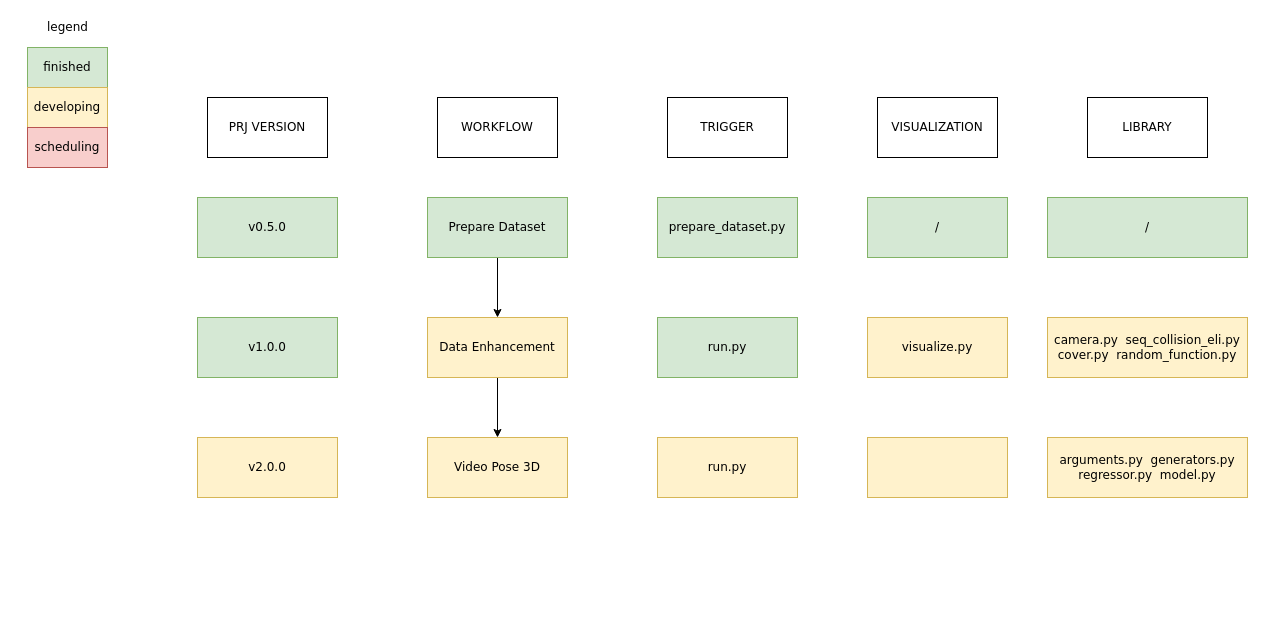
Before: Graphs/OverallLayout.drawio in rese1f/Self-supervised-Cross-view-3D-Human-Pose-Estimation-and-Localization-in-Video, a draw.io diagram. Source tidied: cells renumbered, new cells numbered last; positions are measured from the earlier drawing's top-left corner, leaving out a move shared by most shapes. Both pictures are drawn from the tidied source at 100%, with x=0, y=0 at pixel (27, 17).
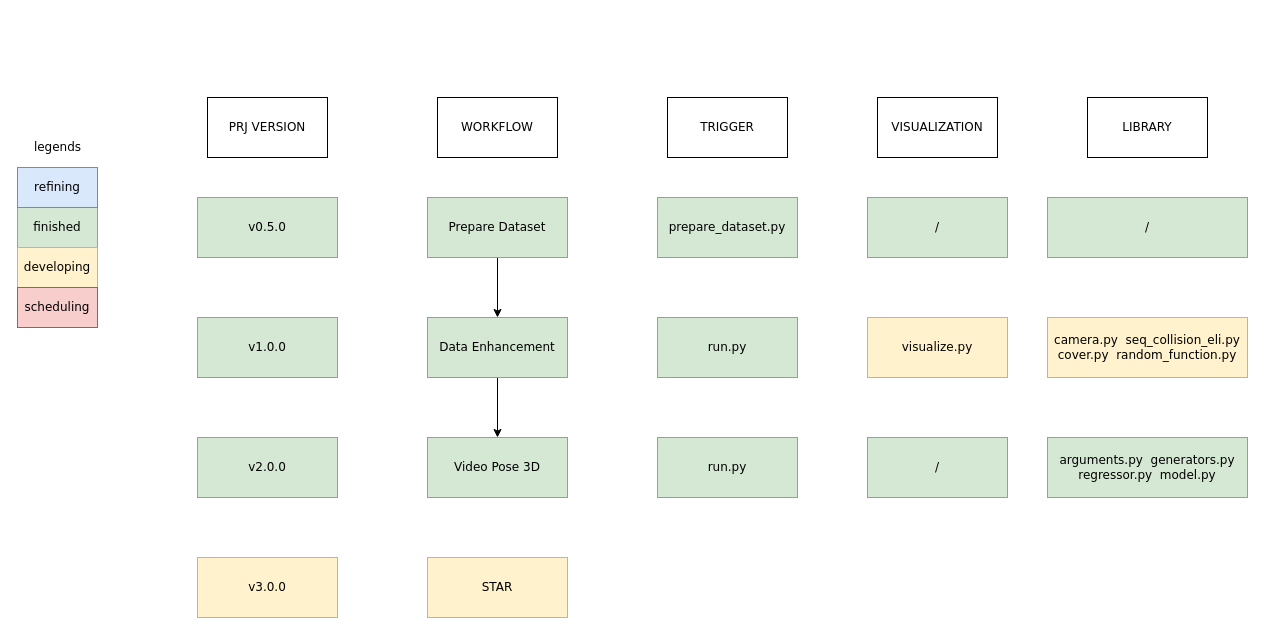
The same diagram, later.

Diff of the diagram source:
```diff
@@
-    <mxCell id="3" value="Data Enhancement" style="rounded=0;whiteSpace=wrap;html=1;fontFamily=Verdana;fillColor=#fff2cc;strokeColor=#d6b656;" parent="1" vertex="1">
+    <mxCell id="3" value="Data Enhancement" style="rounded=0;whiteSpace=wrap;html=1;fontFamily=Verdana;fillColor=#d5e8d4;strokeColor=#82b366;" parent="1" vertex="1">
       <mxGeometry x="400" y="300" width="140" height="60" as="geometry" />
     </mxCell>
-    <mxCell id="4" value="Video Pose 3D" style="rounded=0;whiteSpace=wrap;html=1;fontFamily=Verdana;fillColor=#fff2cc;strokeColor=#d6b656;" parent="1" vertex="1">
+    <mxCell id="4" value="Video Pose 3D" style="rounded=0;whiteSpace=wrap;html=1;fontFamily=Verdana;fillColor=#d5e8d4;strokeColor=#82b366;" parent="1" vertex="1">
       <mxGeometry x="400" y="420" width="140" height="60" as="geometry" />
     </mxCell>
@@
-    <mxCell id="15" value="run.py" style="rounded=0;whiteSpace=wrap;html=1;fontFamily=Verdana;fillColor=#fff2cc;strokeColor=#d6b656;" parent="1" vertex="1">
+    <mxCell id="15" value="run.py" style="rounded=0;whiteSpace=wrap;html=1;fontFamily=Verdana;fillColor=#d5e8d4;strokeColor=#82b366;" parent="1" vertex="1">
       <mxGeometry x="630" y="420" width="140" height="60" as="geometry" />
     </mxCell>
     <mxCell id="16" value="finished" style="rounded=0;whiteSpace=wrap;html=1;fillColor=#d5e8d4;strokeColor=#82b366;fontFamily=Verdana;" parent="1" vertex="1">
-      <mxGeometry y="30" width="80" height="40" as="geometry" />
+      <mxGeometry x="-10" y="190" width="80" height="40" as="geometry" />
     </mxCell>
     <mxCell id="17" value="developing" style="rounded=0;whiteSpace=wrap;html=1;fillColor=#fff2cc;strokeColor=#d6b656;fontFamily=Verdana;" parent="1" vertex="1">
-      <mxGeometry y="70" width="80" height="40" as="geometry" />
+      <mxGeometry x="-10" y="230" width="80" height="40" as="geometry" />
     </mxCell>
     <mxCell id="18" value="scheduling" style="rounded=0;whiteSpace=wrap;html=1;fillColor=#f8cecc;strokeColor=#b85450;fontFamily=Verdana;" parent="1" vertex="1">
-      <mxGeometry y="110" width="80" height="40" as="geometry" />
+      <mxGeometry x="-10" y="270" width="80" height="40" as="geometry" />
     </mxCell>
@@
-    <mxCell id="22" value="v2.0.0" style="rounded=0;whiteSpace=wrap;html=1;fontFamily=Verdana;fillColor=#fff2cc;strokeColor=#d6b656;" parent="1" vertex="1">
+    <mxCell id="22" value="v2.0.0" style="rounded=0;whiteSpace=wrap;html=1;fontFamily=Verdana;fillColor=#d5e8d4;strokeColor=#82b366;" parent="1" vertex="1">
       <mxGeometry x="170" y="420" width="140" height="60" as="geometry" />
     </mxCell>
-    <mxCell id="23" value="legend" style="text;html=1;align=center;verticalAlign=middle;fontFamily=Verdana;" parent="1" vertex="1">
-      <mxGeometry x="10" width="60" height="20" as="geometry" />
+    <mxCell id="23" value="legends" style="text;html=1;align=center;verticalAlign=middle;fontFamily=Verdana;" parent="1" vertex="1">
+      <mxGeometry y="120" width="60" height="20" as="geometry" />
     </mxCell>
-    <mxCell id="24" style="rounded=0;whiteSpace=wrap;html=1;fontFamily=Verdana;fillColor=#fff2cc;strokeColor=#d6b656;" parent="1" vertex="1">
+    <mxCell id="24" value="/" style="rounded=0;whiteSpace=wrap;html=1;fontFamily=Verdana;fillColor=#d5e8d4;strokeColor=#82b366;" parent="1" vertex="1">
       <mxGeometry x="840" y="420" width="140" height="60" as="geometry" />
     </mxCell>
-    <mxCell id="25" value="arguments.py&amp;nbsp; generators.py&lt;br&gt;regressor.py&amp;nbsp; model.py" style="rounded=0;whiteSpace=wrap;html=1;fontFamily=Verdana;fillColor=#fff2cc;strokeColor=#d6b656;" parent="1" vertex="1">
+    <mxCell id="25" value="arguments.py&amp;nbsp; generators.py&lt;br&gt;regressor.py&amp;nbsp; model.py" style="rounded=0;whiteSpace=wrap;html=1;fontFamily=Verdana;fillColor=#d5e8d4;strokeColor=#82b366;" parent="1" vertex="1">
       <mxGeometry x="1020" y="420" width="200" height="60" as="geometry" />
     </mxCell>
@@
+    <mxCell id="28" value="refining" style="rounded=0;whiteSpace=wrap;html=1;fillColor=#dae8fc;strokeColor=#6c8ebf;fontFamily=Verdana;" parent="1" vertex="1">
+      <mxGeometry x="-10" y="150" width="80" height="40" as="geometry" />
+    </mxCell>
+    <mxCell id="29" value="v3.0.0" style="rounded=0;whiteSpace=wrap;html=1;fontFamily=Verdana;fillColor=#fff2cc;strokeColor=#d6b656;" parent="1" vertex="1">
+      <mxGeometry x="170" y="540" width="140" height="60" as="geometry" />
+    </mxCell>
+    <mxCell id="30" value="STAR" style="rounded=0;whiteSpace=wrap;html=1;fontFamily=Verdana;fillColor=#fff2cc;strokeColor=#d6b656;" parent="1" vertex="1">
+      <mxGeometry x="400" y="540" width="140" height="60" as="geometry" />
+    </mxCell>
```
